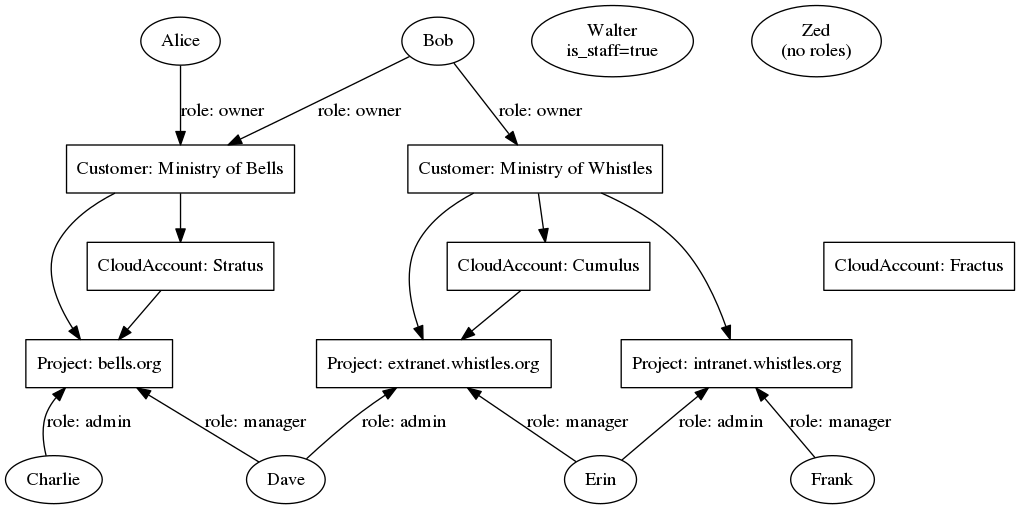
Before: docs/images/testdata-alice.png, a diagram exported from Graphviz (opennode/waldur-core). Its source is kept beside it as docs/images/testdata-alice.dot.
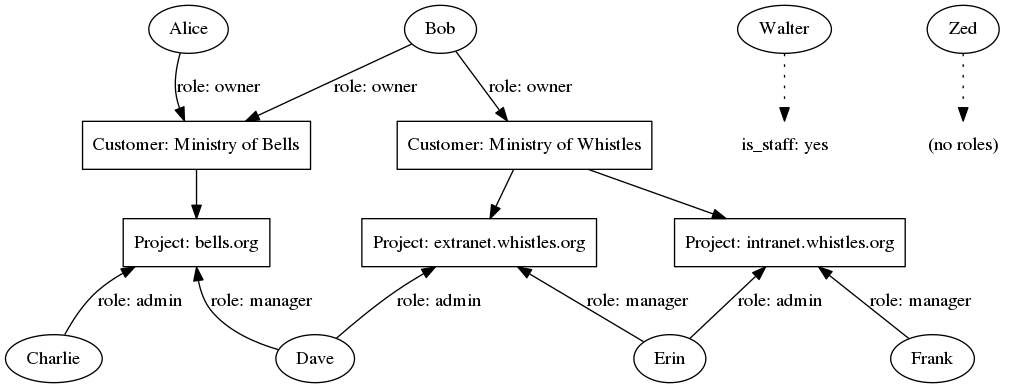
After the change.

Commit message:
Remove cloud accounts from sample data (WAL-485)

What changed in the source:
```diff
@@ -1,19 +1,20 @@
 
 digraph {
-	nodesep = 0.6;
+	nodesep = 0.8;
 
 	node [shape="box"]
 
 	c_mob [label="Customer: Ministry of Bells"];
 	c_mow [label="Customer: Ministry of Whistles"];
 
-	ca_s [label="CloudAccount: Stratus"]
-	ca_c [label="CloudAccount: Cumulus"]
-	ca_f [label="CloudAccount: Fractus"]
-
 	p_bo [label="Project: bells.org"]
 	p_ewo [label="Project: extranet.whistles.org"]
 	p_iwo [label="Project: intranet.whistles.org"]
+
+	node [shape="none"]
+
+	comment_is_staff [label="is_staff: yes"]
+	comment_no_roles [label="(no roles)"]
 
 	node [shape="oval"]
 
@@ -21,26 +22,18 @@
 	Bob -> c_mob [label="role: owner"]
 	Bob -> c_mow [label="role: owner"]
 
-	Walter [label="Walter\nis_staff=true"]
-	Zed [label="Zed\n(no roles)"]
+	Walter -> comment_is_staff [style="dotted"]
+	Zed -> comment_no_roles [style="dotted"]
 
-	c_mob -> ca_s
 	c_mob -> p_bo
 
-	c_mow -> ca_c
 	c_mow -> p_ewo
 	c_mow -> p_iwo
 
-	ca_s -> p_bo
-	ca_c -> p_ewo
-
-	p_bo -> Charlie [label="role: admin", dir="back"]
-	p_bo -> Dave [label="role: manager", dir="back"]
-	p_ewo -> Dave [label="role: admin", dir="back"]
-	p_ewo -> Erin [label="role: manager", dir="back"]
-	p_iwo -> Erin [label="role: admin", dir="back"]
-	p_iwo -> Frank [label="role: manager", dir="back"]
-
-	{ rank=same; ca_c ca_f ca_s }
-	{ rank=same; p_bo p_ewo p_iwo }
+	p_bo -> Charlie [label="role: admin" dir="back"]
+	p_bo -> Dave [label="role: manager" dir="back"]
+	p_ewo -> Dave [label="role: admin" dir="back"]
+	p_ewo -> Erin [label="role: manager" dir="back"]
+	p_iwo -> Erin [label="role: admin" dir="back"]
+	p_iwo -> Frank [label="role: manager" dir="back"]
 }
```
